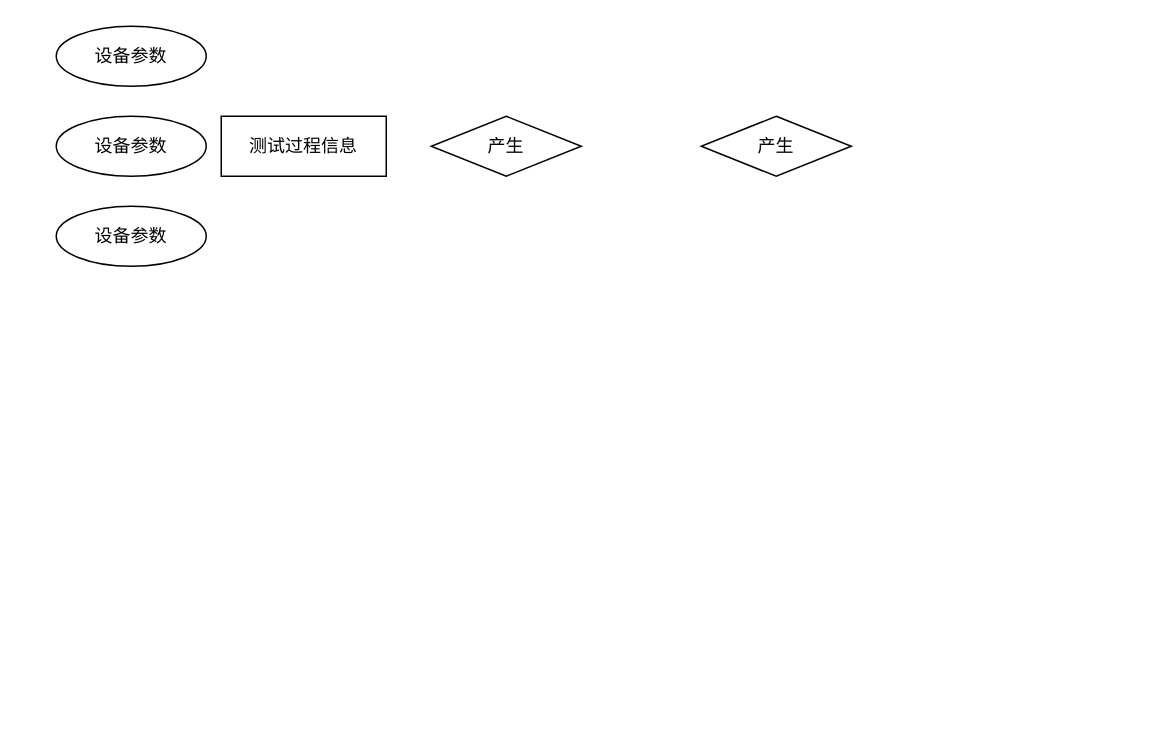
Above: Untitled Diagram.drawio in The-flash-me/a5graph (draw.io), before the change. Source tidied: cells renumbered, new cells numbered last; positions are measured from the earlier drawing's top-left corner, leaving out a move shared by most shapes. Both pictures are drawn from the tidied source at 150%, with x=0, y=0 at pixel (56, 26).
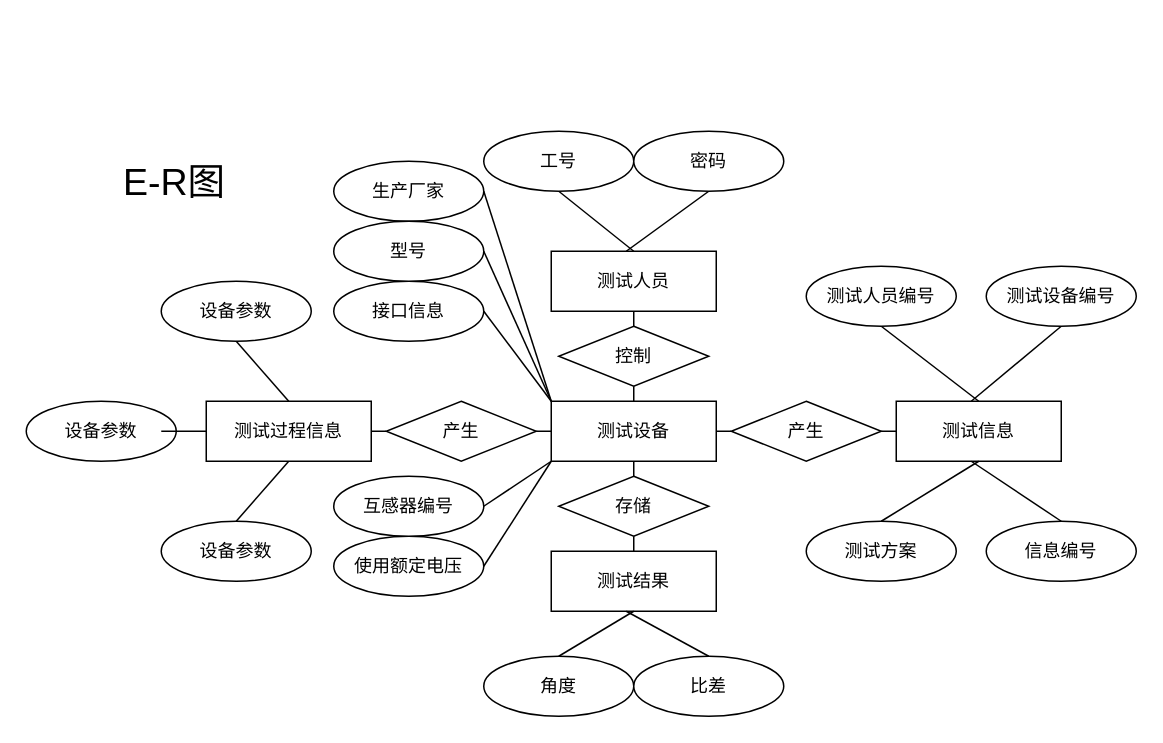
The same page after the edit.

What changed in the source:
```diff
@@
     <mxCell id="2" value="设备参数" style="ellipse;whiteSpace=wrap;html=1;" parent="1" vertex="1">
-      <mxGeometry width="100" height="40" as="geometry" />
+      <mxGeometry x="70" y="170" width="100" height="40" as="geometry" />
     </mxCell>
     <mxCell id="3" value="设备参数" style="ellipse;whiteSpace=wrap;html=1;" parent="1" vertex="1">
-      <mxGeometry y="60" width="100" height="40" as="geometry" />
+      <mxGeometry x="-20" y="250" width="100" height="40" as="geometry" />
     </mxCell>
+    <mxCell id="8" style="endArrow=none;html=1;entryX=0.5;entryY=1;entryDx=0;entryDy=0;rounded=1;exitX=0.5;exitY=0;exitDx=0;exitDy=0;" parent="1" edge="1" source="4" target="5">
+      <mxGeometry relative="1" as="geometry" />
+    </mxCell>
     <mxCell id="4" value="设备参数" style="ellipse;whiteSpace=wrap;html=1;" parent="1" vertex="1">
-      <mxGeometry y="120" width="100" height="40" as="geometry" />
+      <mxGeometry x="70" y="330" width="100" height="40" as="geometry" />
     </mxCell>
+    <mxCell id="9" style="edgeStyle=none;rounded=1;jumpStyle=none;jettySize=auto;html=1;exitX=1;exitY=0.5;exitDx=0;exitDy=0;entryX=0;entryY=0.5;entryDx=0;entryDy=0;startArrow=none;endArrow=none;" parent="1" edge="1" source="5" target="7">
+      <mxGeometry relative="1" as="geometry" />
+    </mxCell>
     <mxCell id="5" value="测试过程信息" style="rounded=0;whiteSpace=wrap;html=1;" parent="1" vertex="1">
-      <mxGeometry x="110" y="60" width="110" height="40" as="geometry" />
+      <mxGeometry x="100" y="250" width="110" height="40" as="geometry" />
     </mxCell>
+    <mxCell id="10" style="edgeStyle=none;rounded=1;jumpStyle=none;jettySize=auto;html=1;exitX=1;exitY=0.5;exitDx=0;exitDy=0;entryX=0;entryY=0.5;entryDx=0;entryDy=0;startArrow=none;endArrow=none;" parent="1" edge="1" source="6" target="20">
+      <mxGeometry relative="1" as="geometry" />
+    </mxCell>
     <mxCell id="6" value="产生" style="rhombus;whiteSpace=wrap;html=1;" parent="1" vertex="1">
-      <mxGeometry x="250" y="60" width="100" height="40" as="geometry" />
+      <mxGeometry x="450" y="250" width="100" height="40" as="geometry" />
     </mxCell>
+    <mxCell id="11" style="edgeStyle=none;rounded=1;jumpStyle=none;jettySize=auto;html=1;exitX=1;exitY=0.5;exitDx=0;exitDy=0;entryX=0;entryY=0.5;entryDx=0;entryDy=0;startArrow=none;endArrow=none;" parent="1" edge="1" source="7" target="22">
+      <mxGeometry relative="1" as="geometry" />
+    </mxCell>
     <mxCell id="7" value="产生" style="rhombus;whiteSpace=wrap;html=1;" parent="1" vertex="1">
-      <mxGeometry x="430" y="60" width="100" height="40" as="geometry" />
+      <mxGeometry x="220" y="250" width="100" height="40" as="geometry" />
     </mxCell>
+    <mxCell id="12" style="edgeStyle=none;rounded=1;jumpStyle=none;jettySize=auto;html=1;exitX=0.5;exitY=1;exitDx=0;exitDy=0;entryX=0.5;entryY=0;entryDx=0;entryDy=0;startArrow=none;endArrow=none;" parent="1" edge="1" source="13" target="17">
+      <mxGeometry relative="1" as="geometry" />
+    </mxCell>
+    <mxCell id="13" value="工号" style="ellipse;whiteSpace=wrap;html=1;" parent="1" vertex="1">
+      <mxGeometry x="285" y="70" width="100" height="40" as="geometry" />
+    </mxCell>
+    <mxCell id="14" style="edgeStyle=none;rounded=1;jumpStyle=none;jettySize=auto;html=1;exitX=0.5;exitY=1;exitDx=0;exitDy=0;startArrow=none;endArrow=none;" parent="1" edge="1" source="15">
+      <mxGeometry relative="1" as="geometry">
+        <mxPoint x="380" y="150" as="targetPoint" />
+      </mxGeometry>
+    </mxCell>
+    <mxCell id="15" value="密码" style="ellipse;whiteSpace=wrap;html=1;" parent="1" vertex="1">
+      <mxGeometry x="385" y="70" width="100" height="40" as="geometry" />
+    </mxCell>
+    <mxCell id="16" style="edgeStyle=none;rounded=1;jumpStyle=none;jettySize=auto;html=1;exitX=0.5;exitY=1;exitDx=0;exitDy=0;entryX=0.5;entryY=0;entryDx=0;entryDy=0;startArrow=none;endArrow=none;" parent="1" edge="1" source="17" target="36">
+      <mxGeometry relative="1" as="geometry" />
+    </mxCell>
+    <mxCell id="17" value="测试人员" style="rounded=0;whiteSpace=wrap;html=1;" parent="1" vertex="1">
+      <mxGeometry x="330" y="150" width="110" height="40" as="geometry" />
+    </mxCell>
+    <mxCell id="18" style="edgeStyle=none;rounded=1;jumpStyle=none;jettySize=auto;html=1;exitX=0.5;exitY=0;exitDx=0;exitDy=0;entryX=0.5;entryY=1;entryDx=0;entryDy=0;startArrow=none;endArrow=none;" parent="1" edge="1" source="19" target="38">
+      <mxGeometry relative="1" as="geometry" />
+    </mxCell>
+    <mxCell id="19" value="测试结果" style="rounded=0;whiteSpace=wrap;html=1;" parent="1" vertex="1">
+      <mxGeometry x="330" y="350" width="110" height="40" as="geometry" />
+    </mxCell>
+    <mxCell id="20" value="测试信息" style="rounded=0;whiteSpace=wrap;html=1;" parent="1" vertex="1">
+      <mxGeometry x="560" y="250" width="110" height="40" as="geometry" />
+    </mxCell>
+    <mxCell id="21" style="edgeStyle=none;rounded=1;jumpStyle=none;jettySize=auto;html=1;exitX=1;exitY=0.5;exitDx=0;exitDy=0;entryX=0;entryY=0.5;entryDx=0;entryDy=0;startArrow=none;endArrow=none;" parent="1" edge="1" source="22" target="6">
+      <mxGeometry relative="1" as="geometry" />
+    </mxCell>
+    <mxCell id="22" value="测试设备" style="rounded=0;whiteSpace=wrap;html=1;" parent="1" vertex="1">
+      <mxGeometry x="330" y="250" width="110" height="40" as="geometry" />
+    </mxCell>
+    <mxCell id="23" style="endArrow=none;html=1;entryX=0.5;entryY=0;entryDx=0;entryDy=0;rounded=1;exitX=0.5;exitY=1;exitDx=0;exitDy=0;" parent="1" edge="1" source="2" target="5">
+      <mxGeometry relative="1" as="geometry" />
+    </mxCell>
+    <mxCell id="24" style="endArrow=none;html=1;entryX=0;entryY=0.5;entryDx=0;entryDy=0;" parent="1" edge="1" target="5">
+      <mxGeometry relative="1" as="geometry">
+        <mxPoint x="70" y="270" as="sourcePoint" />
+      </mxGeometry>
+    </mxCell>
+    <mxCell id="25" style="edgeStyle=none;rounded=1;jumpStyle=none;jettySize=auto;html=1;exitX=1;exitY=0.5;exitDx=0;exitDy=0;startArrow=none;endArrow=none;" parent="1" edge="1" source="26">
+      <mxGeometry relative="1" as="geometry">
+        <mxPoint x="330" y="290" as="targetPoint" />
+      </mxGeometry>
+    </mxCell>
+    <mxCell id="26" value="使用额定电压" style="ellipse;whiteSpace=wrap;html=1;" parent="1" vertex="1">
+      <mxGeometry x="185" y="340" width="100" height="40" as="geometry" />
+    </mxCell>
+    <mxCell id="27" style="edgeStyle=none;rounded=1;jumpStyle=none;jettySize=auto;html=1;exitX=1;exitY=0.5;exitDx=0;exitDy=0;entryX=0;entryY=1;entryDx=0;entryDy=0;startArrow=none;endArrow=none;" parent="1" edge="1" source="28" target="22">
+      <mxGeometry relative="1" as="geometry" />
+    </mxCell>
+    <mxCell id="28" value="互感器编号" style="ellipse;whiteSpace=wrap;html=1;" parent="1" vertex="1">
+      <mxGeometry x="185" y="300" width="100" height="40" as="geometry" />
+    </mxCell>
+    <mxCell id="29" style="edgeStyle=none;rounded=1;jumpStyle=none;jettySize=auto;html=1;exitX=1;exitY=0.5;exitDx=0;exitDy=0;startArrow=none;endArrow=none;" parent="1" edge="1" source="30">
+      <mxGeometry relative="1" as="geometry">
+        <mxPoint x="330" y="250" as="targetPoint" />
+      </mxGeometry>
+    </mxCell>
+    <mxCell id="30" value="接口信息" style="ellipse;whiteSpace=wrap;html=1;" parent="1" vertex="1">
+      <mxGeometry x="185" y="170" width="100" height="40" as="geometry" />
+    </mxCell>
+    <mxCell id="31" style="edgeStyle=none;rounded=1;jumpStyle=none;jettySize=auto;html=1;exitX=1;exitY=0.5;exitDx=0;exitDy=0;entryX=0;entryY=0;entryDx=0;entryDy=0;startArrow=none;endArrow=none;" parent="1" edge="1" source="32" target="22">
+      <mxGeometry relative="1" as="geometry" />
+    </mxCell>
+    <mxCell id="32" value="生产厂家" style="ellipse;whiteSpace=wrap;html=1;" parent="1" vertex="1">
+      <mxGeometry x="185" y="90" width="100" height="40" as="geometry" />
+    </mxCell>
+    <mxCell id="33" style="edgeStyle=none;rounded=1;jumpStyle=none;jettySize=auto;html=1;exitX=1;exitY=0.5;exitDx=0;exitDy=0;startArrow=none;endArrow=none;" parent="1" edge="1" source="34">
+      <mxGeometry relative="1" as="geometry">
+        <mxPoint x="330" y="250" as="targetPoint" />
+      </mxGeometry>
+    </mxCell>
+    <mxCell id="34" value="型号" style="ellipse;whiteSpace=wrap;html=1;" parent="1" vertex="1">
+      <mxGeometry x="185" y="130" width="100" height="40" as="geometry" />
+    </mxCell>
+    <mxCell id="35" style="edgeStyle=none;rounded=1;jumpStyle=none;jettySize=auto;html=1;exitX=0.5;exitY=1;exitDx=0;exitDy=0;entryX=0.5;entryY=0;entryDx=0;entryDy=0;startArrow=none;endArrow=none;" parent="1" edge="1" source="36" target="22">
+      <mxGeometry relative="1" as="geometry" />
+    </mxCell>
+    <mxCell id="36" value="控制" style="rhombus;whiteSpace=wrap;html=1;" parent="1" vertex="1">
+      <mxGeometry x="335" y="200" width="100" height="40" as="geometry" />
+    </mxCell>
+    <mxCell id="37" style="edgeStyle=none;rounded=1;jumpStyle=none;jettySize=auto;html=1;exitX=0.5;exitY=0;exitDx=0;exitDy=0;entryX=0.5;entryY=1;entryDx=0;entryDy=0;startArrow=none;endArrow=none;" parent="1" edge="1" source="38" target="22">
+      <mxGeometry relative="1" as="geometry" />
+    </mxCell>
+    <mxCell id="38" value="存储" style="rhombus;whiteSpace=wrap;html=1;" parent="1" vertex="1">
+      <mxGeometry x="335" y="300" width="100" height="40" as="geometry" />
+    </mxCell>
+    <mxCell id="39" style="edgeStyle=none;rounded=1;jumpStyle=none;jettySize=auto;html=1;exitX=0.5;exitY=0;exitDx=0;exitDy=0;entryX=0.5;entryY=1;entryDx=0;entryDy=0;startArrow=none;endArrow=none;" parent="1" edge="1" source="40" target="19">
+      <mxGeometry relative="1" as="geometry" />
+    </mxCell>
+    <mxCell id="40" value="角度" style="ellipse;whiteSpace=wrap;html=1;" parent="1" vertex="1">
+      <mxGeometry x="285" y="420" width="100" height="40" as="geometry" />
+    </mxCell>
+    <mxCell id="41" style="edgeStyle=none;rounded=1;jumpStyle=none;jettySize=auto;html=1;exitX=0.5;exitY=0;exitDx=0;exitDy=0;startArrow=none;endArrow=none;" parent="1" edge="1" source="42">
+      <mxGeometry relative="1" as="geometry">
+        <mxPoint x="380" y="390" as="targetPoint" />
+      </mxGeometry>
+    </mxCell>
+    <mxCell id="42" value="比差" style="ellipse;whiteSpace=wrap;html=1;" parent="1" vertex="1">
+      <mxGeometry x="385" y="420" width="100" height="40" as="geometry" />
+    </mxCell>
+    <mxCell id="43" style="edgeStyle=none;rounded=1;jumpStyle=none;jettySize=auto;html=1;exitX=0.5;exitY=1;exitDx=0;exitDy=0;entryX=0.5;entryY=0;entryDx=0;entryDy=0;startArrow=none;endArrow=none;" parent="1" edge="1" source="44" target="20">
+      <mxGeometry relative="1" as="geometry" />
+    </mxCell>
+    <mxCell id="44" value="测试人员编号" style="ellipse;whiteSpace=wrap;html=1;" parent="1" vertex="1">
+      <mxGeometry x="500" y="160" width="100" height="40" as="geometry" />
+    </mxCell>
+    <mxCell id="45" style="edgeStyle=none;rounded=1;jumpStyle=none;jettySize=auto;html=1;exitX=0.5;exitY=1;exitDx=0;exitDy=0;startArrow=none;endArrow=none;" parent="1" edge="1" source="46">
+      <mxGeometry relative="1" as="geometry">
+        <mxPoint x="610" y="250" as="targetPoint" />
+      </mxGeometry>
+    </mxCell>
+    <mxCell id="46" value="测试设备编号" style="ellipse;whiteSpace=wrap;html=1;" parent="1" vertex="1">
+      <mxGeometry x="620" y="160" width="100" height="40" as="geometry" />
+    </mxCell>
+    <mxCell id="47" style="edgeStyle=none;rounded=1;jumpStyle=none;jettySize=auto;html=1;exitX=0.5;exitY=0;exitDx=0;exitDy=0;entryX=0.5;entryY=1;entryDx=0;entryDy=0;startArrow=none;endArrow=none;" parent="1" edge="1" source="48" target="20">
+      <mxGeometry relative="1" as="geometry" />
+    </mxCell>
+    <mxCell id="48" value="测试方案" style="ellipse;whiteSpace=wrap;html=1;" parent="1" vertex="1">
+      <mxGeometry x="500" y="330" width="100" height="40" as="geometry" />
+    </mxCell>
+    <mxCell id="49" style="edgeStyle=none;rounded=1;jumpStyle=none;jettySize=auto;html=1;exitX=0.5;exitY=0;exitDx=0;exitDy=0;startArrow=none;endArrow=none;" parent="1" edge="1" source="50">
+      <mxGeometry relative="1" as="geometry">
+        <mxPoint x="610" y="290" as="targetPoint" />
+      </mxGeometry>
+    </mxCell>
+    <mxCell id="50" value="信息编号" style="ellipse;whiteSpace=wrap;html=1;" parent="1" vertex="1">
+      <mxGeometry x="620" y="330" width="100" height="40" as="geometry" />
+    </mxCell>
+    <mxCell id="51" value="&lt;font style=&quot;font-size: 25px&quot;&gt;E-R图&lt;/font&gt;" style="text;html=1;strokeColor=none;fillColor=none;align=center;verticalAlign=middle;whiteSpace=wrap;rounded=0;" parent="1" vertex="1">
+      <mxGeometry x="19" y="81" width="120" height="43" as="geometry" />
+    </mxCell>
```
